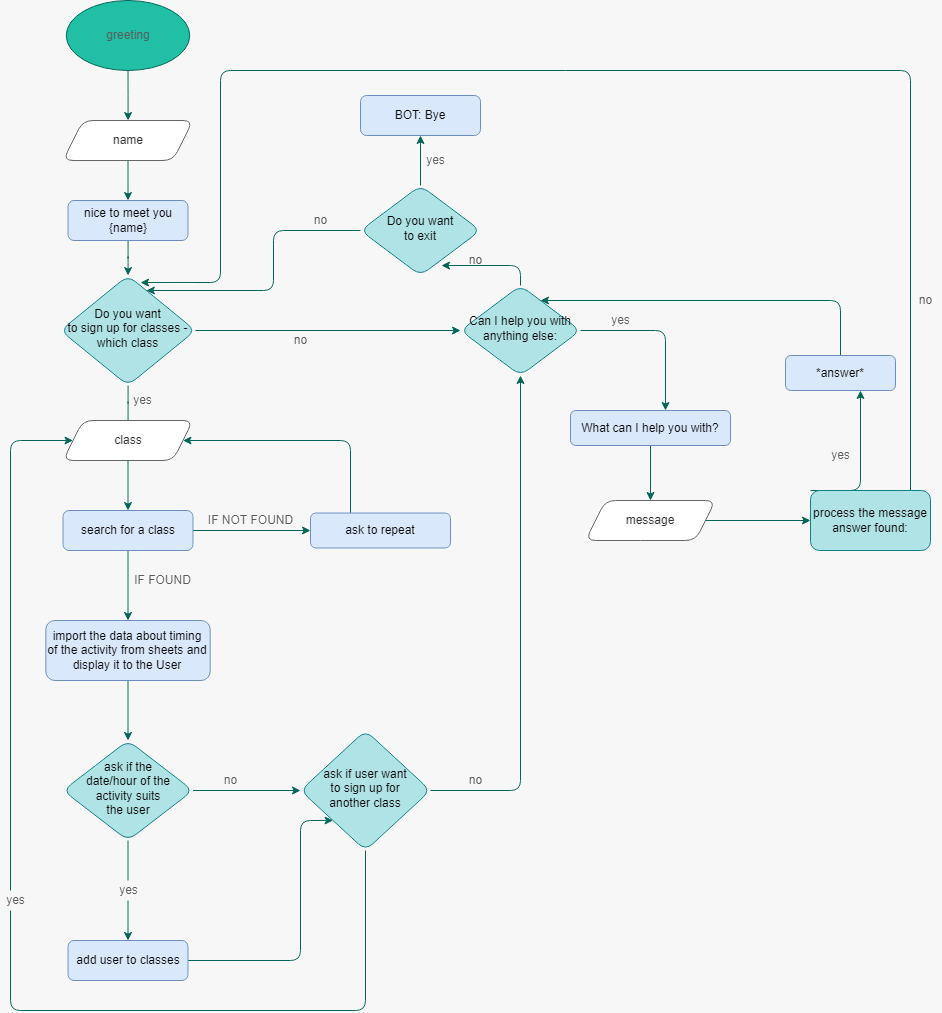
KlaudiaBC/Python-Essentials-Project-Chatbot-Elmo keeps this draw.io diagram as img/main_conv.png. Above is the earlier version. Source tidied: cells renumbered, new cells last; positions are measured from the earlier drawing's top-left corner, leaving out a move shared by most shapes.
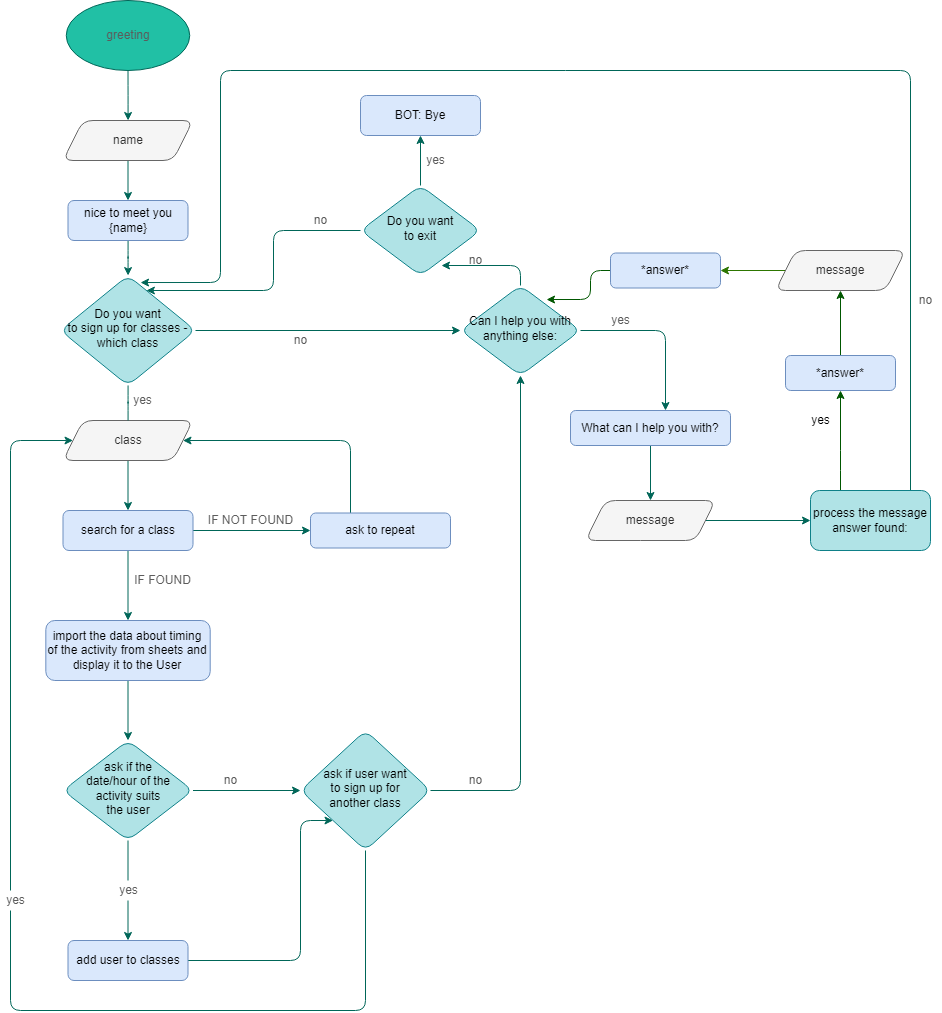
Above is the later version.

Change to the diagram source:
```diff
@@ -175,38 +175,32 @@
     <mxCell id="50" value="message" style="shape=parallelogram;perimeter=parallelogramPerimeter;whiteSpace=wrap;html=1;fixedSize=1;fillColor=#f5f5f5;strokeColor=#666666;rounded=1;fontColor=#333333;" parent="1" vertex="1">
       <mxGeometry x="585" y="500" width="130" height="40" as="geometry" />
     </mxCell>
+    <mxCell id="52" style="edgeStyle=orthogonalEdgeStyle;rounded=1;jettySize=auto;html=1;entryX=0.593;entryY=0.064;entryDx=0;entryDy=0;entryPerimeter=0;strokeColor=#006658;fontColor=#5C5C5C;" parent="1" edge="1" source="53" target="13">
+      <mxGeometry relative="1" as="geometry">
+        <Array as="points">
+          <mxPoint x="910" y="70" />
+          <mxPoint x="220" y="70" />
+          <mxPoint x="220" y="282" />
+        </Array>
+      </mxGeometry>
+    </mxCell>
-    <mxCell id="51" style="edgeStyle=orthogonalEdgeStyle;rounded=1;jettySize=auto;html=1;exitX=0;exitY=0;exitDx=0;exitDy=0;strokeColor=#006658;fontColor=#5C5C5C;" parent="1" edge="1" source="53" target="55">
+    <mxCell id="51" style="edgeStyle=orthogonalEdgeStyle;rounded=1;jettySize=auto;html=1;fillColor=#008a00;strokeColor=#005700;" parent="1" edge="1" source="53" target="55">
       <mxGeometry relative="1" as="geometry">
         <Array as="points">
-          <mxPoint x="860" y="490" />
+          <mxPoint x="840" y="460" />
+          <mxPoint x="840" y="460" />
         </Array>
       </mxGeometry>
     </mxCell>
-    <mxCell id="52" style="edgeStyle=orthogonalEdgeStyle;rounded=1;jettySize=auto;html=1;entryX=0.593;entryY=0.064;entryDx=0;entryDy=0;entryPerimeter=0;strokeColor=#006658;fontColor=#5C5C5C;" parent="1" edge="1" source="53" target="13">
-      <mxGeometry relative="1" as="geometry">
-        <Array as="points">
-          <mxPoint x="910" y="70" />
-          <mxPoint x="220" y="70" />
-          <mxPoint x="220" y="282" />
-        </Array>
-      </mxGeometry>
-    </mxCell>
     <mxCell id="53" value="process the message&lt;br&gt;answer found:" style="rounded=1;whiteSpace=wrap;html=1;fillColor=#b0e3e6;strokeColor=#0e8088;" parent="1" vertex="1">
       <mxGeometry x="810" y="490" width="120" height="60" as="geometry" />
     </mxCell>
-    <mxCell id="54" style="edgeStyle=orthogonalEdgeStyle;rounded=1;jettySize=auto;html=1;strokeColor=#006658;fontColor=#5C5C5C;" parent="1" edge="1" source="55" target="9">
-      <mxGeometry relative="1" as="geometry">
-        <Array as="points">
-          <mxPoint x="840" y="300" />
-        </Array>
-      </mxGeometry>
-    </mxCell>
+    <mxCell id="60" style="edgeStyle=orthogonalEdgeStyle;rounded=1;jettySize=auto;html=1;fillColor=#008a00;strokeColor=#005700;" parent="1" edge="1" source="55" target="62">
+      <mxGeometry relative="1" as="geometry" />
+    </mxCell>
     <mxCell id="55" value="*answer*" style="rounded=1;whiteSpace=wrap;html=1;fontSize=12;glass=0;strokeWidth=1;shadow=0;fillColor=#dae8fc;strokeColor=#6c8ebf;" parent="1" vertex="1">
       <mxGeometry x="785" y="355" width="110" height="35" as="geometry" />
     </mxCell>
-    <mxCell id="56" value="yes" style="text;html=1;align=center;verticalAlign=middle;strokeColor=none;fillColor=none;rounded=1;fontColor=#5C5C5C;" parent="1" vertex="1">
-      <mxGeometry x="825" y="445" width="30" height="20" as="geometry" />
-    </mxCell>
     <mxCell id="57" style="edgeStyle=orthogonalEdgeStyle;rounded=1;jettySize=auto;html=1;strokeColor=#006658;fontColor=#5C5C5C;" parent="1" edge="1" source="58" target="10">
       <mxGeometry relative="1" as="geometry" />
     </mxCell>
@@ -216,5 +210,20 @@
     <mxCell id="59" value="no" style="text;html=1;align=center;verticalAlign=middle;strokeColor=none;fillColor=none;rounded=1;fontColor=#5C5C5C;" parent="1" vertex="1">
       <mxGeometry x="910" y="290" width="30" height="20" as="geometry" />
     </mxCell>
+    <mxCell id="61" style="edgeStyle=orthogonalEdgeStyle;rounded=1;jettySize=auto;html=1;fillColor=#60a917;strokeColor=#2D7600;" parent="1" edge="1" source="62" target="64">
+      <mxGeometry relative="1" as="geometry" />
+    </mxCell>
+    <mxCell id="62" value="message" style="shape=parallelogram;perimeter=parallelogramPerimeter;whiteSpace=wrap;html=1;fixedSize=1;fillColor=#f5f5f5;strokeColor=#666666;rounded=1;fontColor=#333333;" parent="1" vertex="1">
+      <mxGeometry x="775" y="250" width="130" height="40" as="geometry" />
+    </mxCell>
+    <mxCell id="63" style="edgeStyle=orthogonalEdgeStyle;rounded=1;jettySize=auto;html=1;entryX=0.717;entryY=0.156;entryDx=0;entryDy=0;entryPerimeter=0;fillColor=#008a00;strokeColor=#005700;" parent="1" edge="1" source="64" target="9">
+      <mxGeometry relative="1" as="geometry" />
+    </mxCell>
+    <mxCell id="64" value="*answer*" style="rounded=1;whiteSpace=wrap;html=1;fontSize=12;glass=0;strokeWidth=1;shadow=0;fillColor=#dae8fc;strokeColor=#6c8ebf;" parent="1" vertex="1">
+      <mxGeometry x="610" y="252.5" width="110" height="35" as="geometry" />
+    </mxCell>
+    <mxCell id="56" value="yes" style="text;html=1;align=center;verticalAlign=middle;strokeColor=none;fillColor=none;" parent="1" vertex="1">
+      <mxGeometry x="805" y="410" width="30" height="20" as="geometry" />
+    </mxCell>
   </root>
 </mxGraphModel>
```
